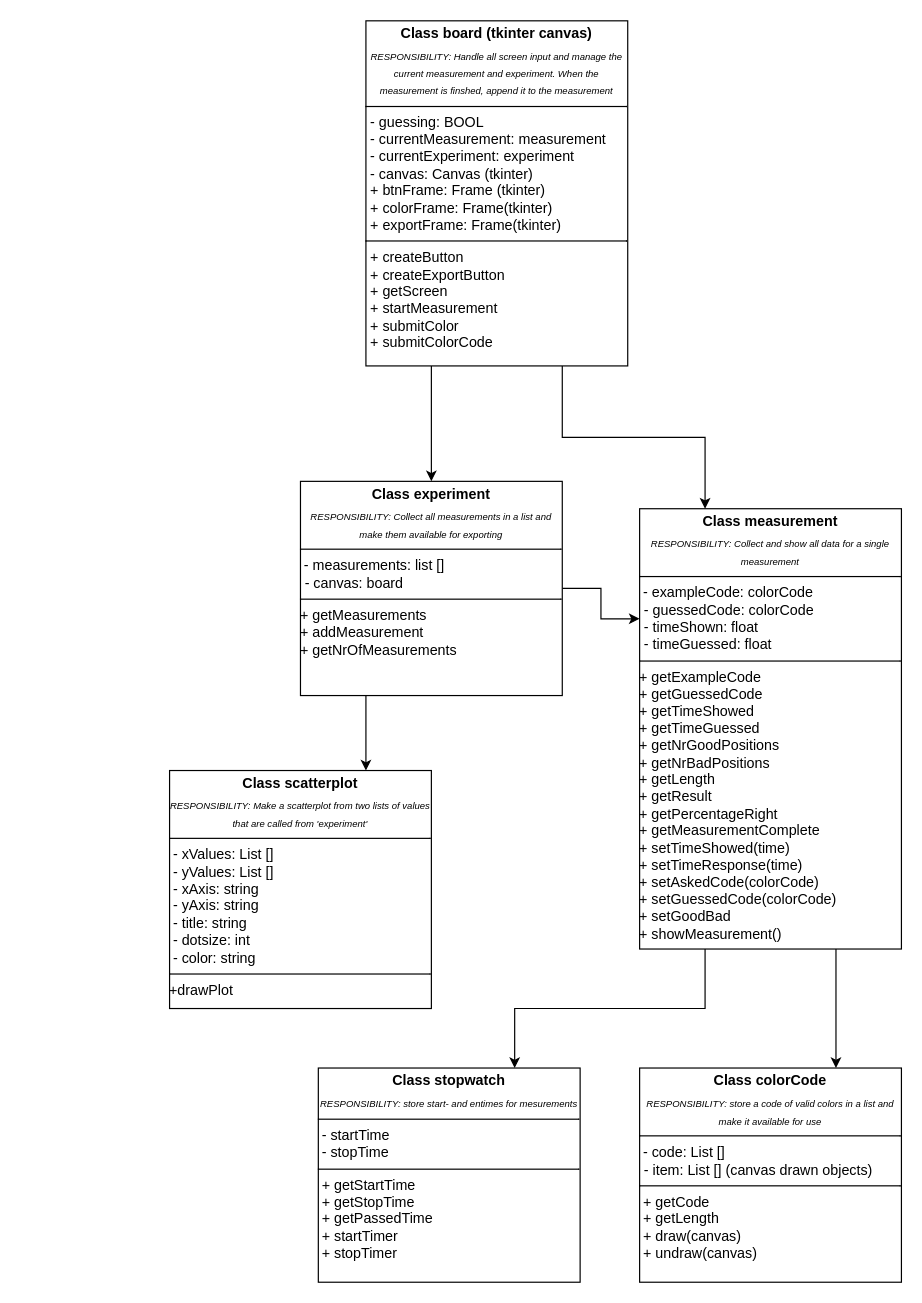
The draw.io diagram Class diagram for ColorCoder.drawio in hartrocker/ColorCoder, before the edit. Source tidied: cells renumbered, new cells numbered last; positions are measured from the earlier drawing's top-left corner, leaving out a move shared by most shapes. Both pictures are drawn from the tidied source at 119%, with x=0, y=0 at pixel (169, 20).
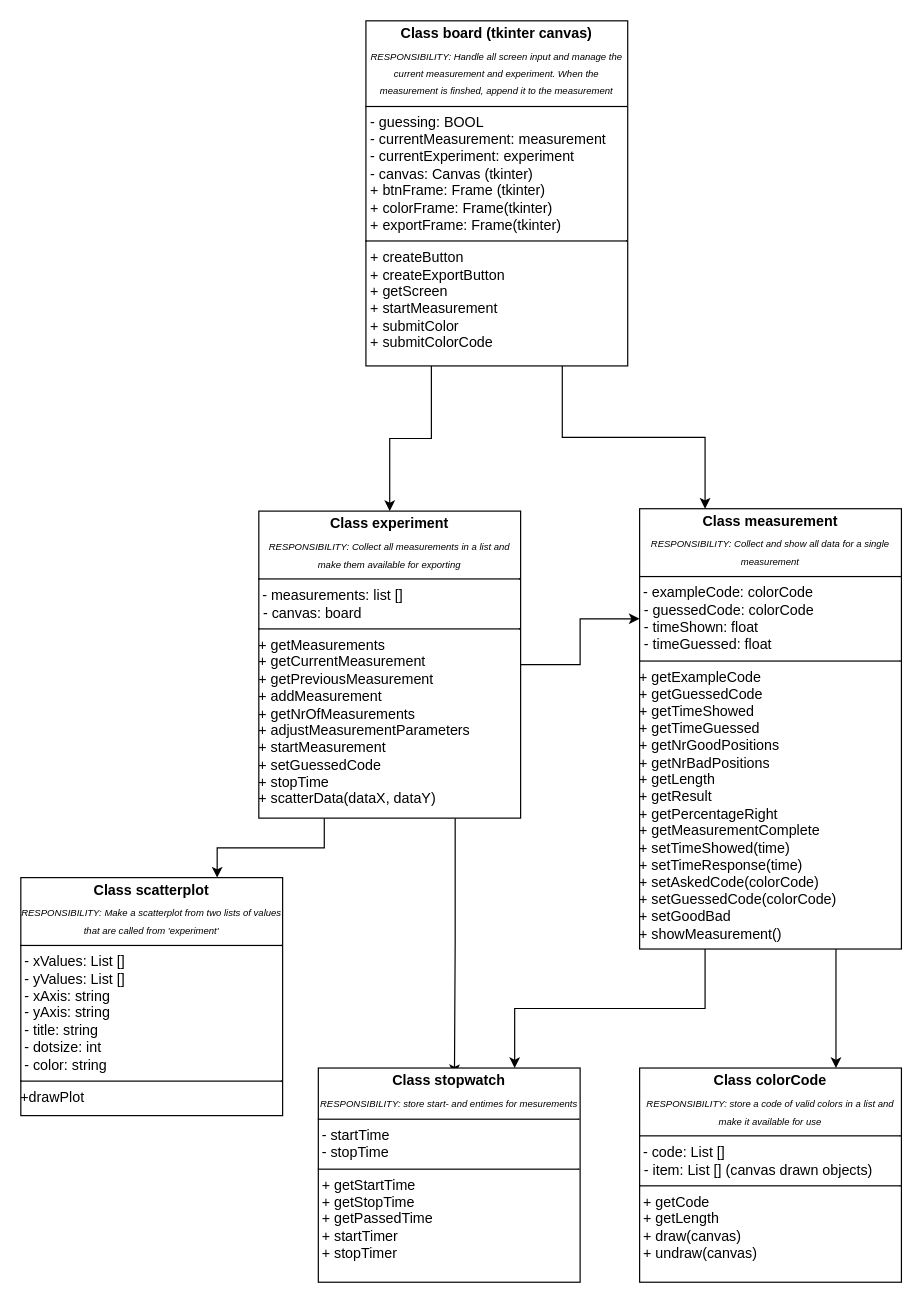
The same diagram, later.

Commit message:
Upgrades on the experiment class

Diff of the diagram source:
```diff
@@
 <mxGraphModel>
   <root>
     <mxCell id="0" />
     <mxCell id="1" parent="0" />
     <mxCell id="2" style="edgeStyle=orthogonalEdgeStyle;rounded=0;jettySize=auto;html=1;exitX=0.25;exitY=1;exitDx=0;exitDy=0;" parent="1" edge="1" source="3" target="6">
       <mxGeometry relative="1" as="geometry" />
     </mxCell>
     <mxCell id="3" value="&lt;p style=&quot;margin:0px;margin-top:4px;text-align:center;&quot;&gt;&lt;b&gt;Class board (tkinter canvas)&lt;/b&gt;&lt;/p&gt;&lt;p style=&quot;margin:0px;margin-top:4px;text-align:center;&quot;&gt;&lt;i&gt;&lt;font style=&quot;font-size: 8px;&quot;&gt;RESPONSIBILITY: Handle all screen input and manage the current measurement and experiment. When the measurement is finshed, append it to the measurement&lt;/font&gt;&lt;/i&gt;&lt;/p&gt;&lt;hr size=&quot;1&quot; style=&quot;border-style:solid;&quot;&gt;&lt;p style=&quot;margin:0px;margin-left:4px;&quot;&gt;- guessing: BOOL&lt;/p&gt;&lt;p style=&quot;margin:0px;margin-left:4px;&quot;&gt;- currentMeasurement: measurement&lt;/p&gt;&lt;p style=&quot;margin:0px;margin-left:4px;&quot;&gt;- currentExperiment: experiment&lt;/p&gt;&lt;p style=&quot;margin:0px;margin-left:4px;&quot;&gt;- canvas: Canvas (tkinter)&lt;/p&gt;&lt;p style=&quot;margin:0px;margin-left:4px;&quot;&gt;+ btnFrame: Frame (tkinter)&lt;/p&gt;&lt;p style=&quot;margin:0px;margin-left:4px;&quot;&gt;+ colorFrame: Frame(tkinter)&lt;/p&gt;&lt;p style=&quot;margin:0px;margin-left:4px;&quot;&gt;+ exportFrame: Frame(tkinter)&lt;/p&gt;&lt;hr size=&quot;1&quot; style=&quot;border-style:solid;&quot;&gt;&lt;p style=&quot;margin:0px;margin-left:4px;&quot;&gt;+ createButton&lt;/p&gt;&lt;p style=&quot;margin:0px;margin-left:4px;&quot;&gt;+ createExportButton&lt;/p&gt;&lt;p style=&quot;margin:0px;margin-left:4px;&quot;&gt;+ getScreen&lt;/p&gt;&lt;p style=&quot;margin:0px;margin-left:4px;&quot;&gt;+ startMeasurement&lt;/p&gt;&lt;p style=&quot;margin:0px;margin-left:4px;&quot;&gt;+ submitColor&lt;/p&gt;&lt;p style=&quot;margin:0px;margin-left:4px;&quot;&gt;+ submitColorCode&lt;/p&gt;" style="verticalAlign=top;align=left;overflow=fill;html=1;whiteSpace=wrap;" parent="1" vertex="1">
       <mxGeometry x="165" width="220" height="290" as="geometry" />
     </mxCell>
     <mxCell id="4" style="edgeStyle=orthogonalEdgeStyle;rounded=0;jettySize=auto;html=1;exitX=1;exitY=0.5;exitDx=0;exitDy=0;entryX=0;entryY=0.25;entryDx=0;entryDy=0;" parent="1" edge="1" source="6" target="9">
       <mxGeometry relative="1" as="geometry" />
     </mxCell>
     <mxCell id="5" style="edgeStyle=orthogonalEdgeStyle;rounded=0;jettySize=auto;html=1;exitX=0.25;exitY=1;exitDx=0;exitDy=0;entryX=0.75;entryY=0;entryDx=0;entryDy=0;" parent="1" edge="1" source="6" target="10">
       <mxGeometry relative="1" as="geometry" />
     </mxCell>
+    <mxCell id="14" style="edgeStyle=orthogonalEdgeStyle;rounded=0;jettySize=auto;html=1;exitX=0.75;exitY=1;exitDx=0;exitDy=0;entryX=0.52;entryY=0.033;entryDx=0;entryDy=0;entryPerimeter=0;" parent="1" edge="1" source="6" target="12">
+      <mxGeometry x="-0.93" relative="1" as="geometry" />
+    </mxCell>
-    <mxCell id="6" value="&lt;p style=&quot;margin:0px;margin-top:4px;text-align:center;&quot;&gt;&lt;b&gt;Class experiment&lt;/b&gt;&lt;/p&gt;&lt;p style=&quot;margin:0px;margin-top:4px;text-align:center;&quot;&gt;&lt;i&gt;&lt;font style=&quot;font-size: 8px;&quot;&gt;RESPONSIBILITY: Collect all measurements in a list and make them available for exporting&lt;/font&gt;&lt;/i&gt;&lt;/p&gt;&lt;hr size=&quot;1&quot; style=&quot;border-style:solid;&quot;&gt;&amp;nbsp;- measurements: list []&lt;p style=&quot;margin:0px;margin-left:4px;&quot;&gt;- canvas: board&lt;/p&gt;&lt;hr size=&quot;1&quot; style=&quot;border-style:solid;&quot;&gt;&lt;div&gt;+ getMeasurements&amp;nbsp;&lt;/div&gt;&lt;div&gt;+ addMeasurement&lt;/div&gt;&lt;div&gt;+ getNrOfMeasurements&lt;/div&gt;" style="verticalAlign=top;align=left;overflow=fill;html=1;whiteSpace=wrap;" parent="1" vertex="1">
-      <mxGeometry x="110" y="387" width="220" height="180" as="geometry" />
+    <mxCell id="6" value="&lt;p style=&quot;margin:0px;margin-top:4px;text-align:center;&quot;&gt;&lt;b&gt;Class experiment&lt;/b&gt;&lt;/p&gt;&lt;p style=&quot;margin:0px;margin-top:4px;text-align:center;&quot;&gt;&lt;i&gt;&lt;font style=&quot;font-size: 8px;&quot;&gt;RESPONSIBILITY: Collect all measurements in a list and make them available for exporting&lt;/font&gt;&lt;/i&gt;&lt;/p&gt;&lt;hr size=&quot;1&quot; style=&quot;border-style:solid;&quot;&gt;&amp;nbsp;- measurements: list []&lt;p style=&quot;margin:0px;margin-left:4px;&quot;&gt;- canvas: board&lt;/p&gt;&lt;hr size=&quot;1&quot; style=&quot;border-style:solid;&quot;&gt;&lt;div&gt;+ getMeasurements&lt;/div&gt;&lt;div&gt;+ getCurrentMeasurement&lt;/div&gt;&lt;div&gt;+ getPreviousMeasurement&amp;nbsp;&lt;/div&gt;&lt;div&gt;+ addMeasurement&lt;/div&gt;&lt;div&gt;+ getNrOfMeasurements&lt;/div&gt;&lt;div&gt;+ adjustMeasurementParameters&lt;/div&gt;&lt;div&gt;+ startMeasurement&lt;/div&gt;&lt;div&gt;+ setGuessedCode&lt;/div&gt;&lt;div&gt;+ stopTime&lt;/div&gt;&lt;div&gt;+ scatterData(dataX, dataY)&lt;/div&gt;&lt;div&gt;&lt;br&gt;&lt;/div&gt;" style="verticalAlign=top;align=left;overflow=fill;html=1;whiteSpace=wrap;" parent="1" vertex="1">
+      <mxGeometry x="75" y="412" width="220" height="258" as="geometry" />
     </mxCell>
     <mxCell id="7" style="edgeStyle=orthogonalEdgeStyle;rounded=0;jettySize=auto;html=1;exitX=0.75;exitY=1;exitDx=0;exitDy=0;entryX=0.75;entryY=0;entryDx=0;entryDy=0;" parent="1" edge="1" source="9" target="11">
       <mxGeometry relative="1" as="geometry" />
     </mxCell>
     <mxCell id="8" style="edgeStyle=orthogonalEdgeStyle;rounded=0;jettySize=auto;html=1;exitX=0.25;exitY=1;exitDx=0;exitDy=0;entryX=0.75;entryY=0;entryDx=0;entryDy=0;" parent="1" edge="1" source="9" target="12">
       <mxGeometry relative="1" as="geometry" />
     </mxCell>
     <mxCell id="9" value="&lt;p style=&quot;margin:0px;margin-top:4px;text-align:center;&quot;&gt;&lt;b&gt;Class measurement&lt;/b&gt;&lt;/p&gt;&lt;p style=&quot;margin:0px;margin-top:4px;text-align:center;&quot;&gt;&lt;i&gt;&lt;font style=&quot;font-size: 8px;&quot;&gt;RESPONSIBILITY: Collect and show all data for a single measurement&lt;/font&gt;&lt;/i&gt;&lt;/p&gt;&lt;hr size=&quot;1&quot; style=&quot;border-style:solid;&quot;&gt;&amp;nbsp;- exampleCode: colorCode&lt;p style=&quot;margin:0px;margin-left:4px;&quot;&gt;- guessedCode: colorCode&lt;/p&gt;&lt;p style=&quot;margin:0px;margin-left:4px;&quot;&gt;- timeShown: float&lt;/p&gt;&lt;p style=&quot;margin:0px;margin-left:4px;&quot;&gt;- timeGuessed: float&lt;/p&gt;&lt;hr size=&quot;1&quot; style=&quot;border-style:solid;&quot;&gt;&lt;div&gt;+ getExampleCode&lt;/div&gt;&lt;div&gt;+ getGuessedCode&lt;/div&gt;&lt;div&gt;+ getTimeShowed&lt;/div&gt;&lt;div&gt;+ getTimeGuessed&lt;/div&gt;&lt;div&gt;+ getNrGoodPositions&lt;/div&gt;&lt;div&gt;+ getNrBadPositions&lt;/div&gt;&lt;div&gt;+ getLength&lt;/div&gt;&lt;div&gt;+ getResult&lt;/div&gt;&lt;div&gt;+ getPercentageRight&lt;/div&gt;&lt;div&gt;+ getMeasurementComplete&lt;/div&gt;&lt;div&gt;+ setTimeShowed(time)&lt;/div&gt;&lt;div&gt;+ setTimeResponse(time)&lt;/div&gt;&lt;div&gt;+ setAskedCode(colorCode)&lt;/div&gt;&lt;div&gt;+ setGuessedCode(colorCode)&lt;/div&gt;&lt;div&gt;+ setGoodBad&lt;/div&gt;&lt;div&gt;+ showMeasurement()&lt;/div&gt;&lt;div&gt;&lt;br&gt;&lt;/div&gt;" style="verticalAlign=top;align=left;overflow=fill;html=1;whiteSpace=wrap;" parent="1" vertex="1">
       <mxGeometry x="395" y="410" width="220" height="370" as="geometry" />
     </mxCell>
     <mxCell id="10" value="&lt;p style=&quot;margin:0px;margin-top:4px;text-align:center;&quot;&gt;&lt;b&gt;Class scatterplot&lt;/b&gt;&lt;/p&gt;&lt;p style=&quot;margin:0px;margin-top:4px;text-align:center;&quot;&gt;&lt;i&gt;&lt;font style=&quot;font-size: 8px;&quot;&gt;RESPONSIBILITY: Make a scatterplot from two lists of values that are called from 'experiment'&lt;/font&gt;&lt;/i&gt;&lt;/p&gt;&lt;hr size=&quot;1&quot; style=&quot;border-style:solid;&quot;&gt;&lt;div&gt;&amp;nbsp;- xValues: List []&lt;/div&gt;&lt;div&gt;&amp;nbsp;- yValues: List []&lt;/div&gt;&lt;div&gt;&amp;nbsp;- xAxis: string&lt;/div&gt;&lt;div&gt;&amp;nbsp;- yAxis: string&lt;/div&gt;&lt;div&gt;&amp;nbsp;- title: string&lt;/div&gt;&lt;div&gt;&amp;nbsp;- dotsize: int&lt;/div&gt;&lt;div&gt;&amp;nbsp;- color: string&lt;/div&gt;&lt;hr size=&quot;1&quot; style=&quot;border-style:solid;&quot;&gt;&lt;div&gt;+drawPlot&lt;/div&gt;" style="verticalAlign=top;align=left;overflow=fill;html=1;whiteSpace=wrap;" parent="1" vertex="1">
-      <mxGeometry y="630" width="220" height="200" as="geometry" />
+      <mxGeometry x="-125" y="720" width="220" height="200" as="geometry" />
     </mxCell>
     <mxCell id="11" value="&lt;p style=&quot;margin:0px;margin-top:4px;text-align:center;&quot;&gt;&lt;b&gt;Class colorCode&lt;/b&gt;&lt;/p&gt;&lt;p style=&quot;margin:0px;margin-top:4px;text-align:center;&quot;&gt;&lt;i&gt;&lt;font style=&quot;font-size: 8px;&quot;&gt;RESPONSIBILITY: store a code of valid colors in a list and make it available for use&lt;/font&gt;&lt;/i&gt;&lt;/p&gt;&lt;hr size=&quot;1&quot; style=&quot;border-style:solid;&quot;&gt;&amp;nbsp;- code: List []&lt;p style=&quot;margin:0px;margin-left:4px;&quot;&gt;- item: List [] (canvas drawn objects)&lt;/p&gt;&lt;hr size=&quot;1&quot; style=&quot;border-style:solid;&quot;&gt;&lt;div&gt;&amp;nbsp;+ getCode&lt;/div&gt;&lt;div&gt;&amp;nbsp;+ getLength&lt;/div&gt;&lt;div&gt;&amp;nbsp;+ draw(canvas)&lt;/div&gt;&lt;div&gt;&amp;nbsp;+ undraw(canvas)&lt;/div&gt;" style="verticalAlign=top;align=left;overflow=fill;html=1;whiteSpace=wrap;" parent="1" vertex="1">
       <mxGeometry x="395" y="880" width="220" height="180" as="geometry" />
     </mxCell>
     <mxCell id="12" value="&lt;p style=&quot;margin:0px;margin-top:4px;text-align:center;&quot;&gt;&lt;b&gt;Class stopwatch&lt;/b&gt;&lt;/p&gt;&lt;p style=&quot;margin:0px;margin-top:4px;text-align:center;&quot;&gt;&lt;i&gt;&lt;font style=&quot;font-size: 8px;&quot;&gt;RESPONSIBILITY: store start- and entimes for mesurements&lt;/font&gt;&lt;/i&gt;&lt;/p&gt;&lt;hr size=&quot;1&quot; style=&quot;border-style:solid;&quot;&gt;&lt;div&gt;&amp;nbsp;- startTime&lt;/div&gt;&lt;div&gt;&amp;nbsp;- stopTime&lt;/div&gt;&lt;hr size=&quot;1&quot; style=&quot;border-style:solid;&quot;&gt;&lt;div&gt;&amp;nbsp;+ getStartTime&lt;/div&gt;&lt;div&gt;&amp;nbsp;+ getStopTime&lt;/div&gt;&lt;div&gt;&amp;nbsp;+ getPassedTime&lt;/div&gt;&lt;div&gt;&amp;nbsp;+ startTimer&lt;/div&gt;&lt;div&gt;&amp;nbsp;+ stopTimer&lt;/div&gt;" style="verticalAlign=top;align=left;overflow=fill;html=1;whiteSpace=wrap;" parent="1" vertex="1">
       <mxGeometry x="125" y="880" width="220" height="180" as="geometry" />
     </mxCell>
     <mxCell id="13" style="edgeStyle=orthogonalEdgeStyle;rounded=0;jettySize=auto;html=1;exitX=0.75;exitY=1;exitDx=0;exitDy=0;entryX=0.25;entryY=0;entryDx=0;entryDy=0;" parent="1" edge="1" source="3" target="9">
       <mxGeometry x="0.06" relative="1" as="geometry" />
     </mxCell>
   </root>
 </mxGraphModel>
```
